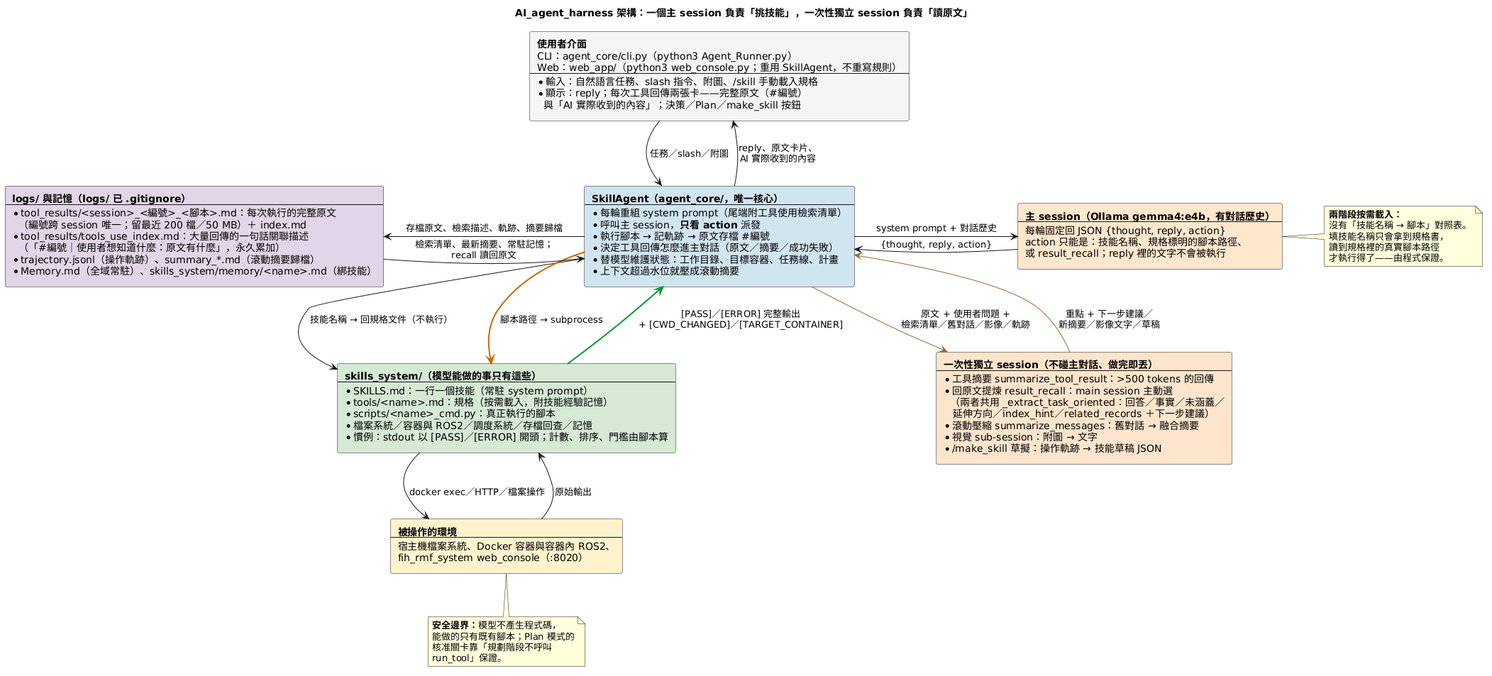
Earlier version of the PlantUML export doc/images/AI_agent_harness的說明.png (DavidZox/AI_agent_harness).
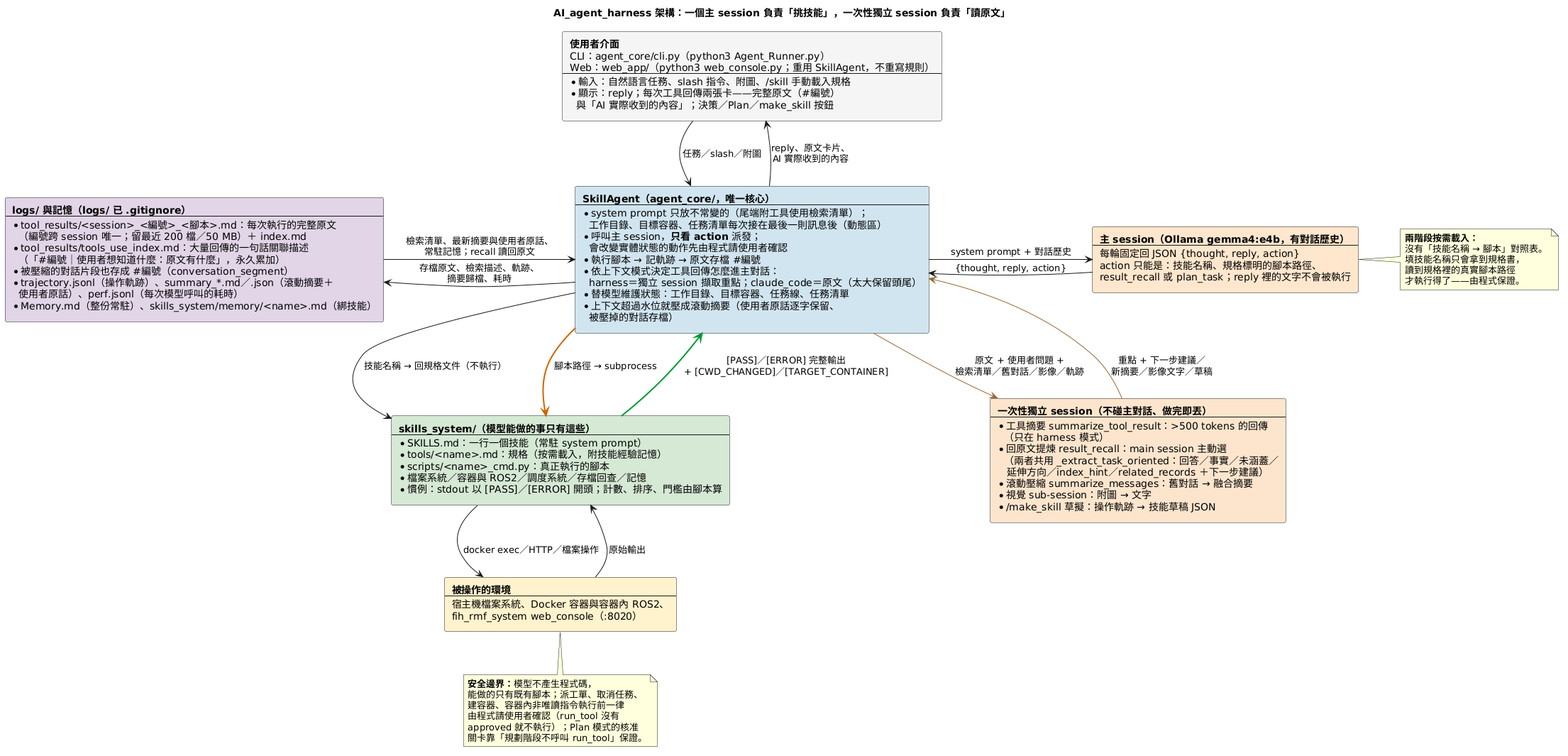
The same diagram one commit later.

Diff of the diagram source:
```diff
@@ -20,12 +20,16 @@
 rectangle NodeAgent #D1E5F0 [
   **SkillAgent（agent_core/，唯一核心）**
   ----
-  * 每輪重組 system prompt（尾端附工具使用檢索清單）
-  * 呼叫主 session，**只看 action** 派發
+  * system prompt 只放不常變的（尾端附工具使用檢索清單）；
+    工作目錄、目標容器、任務清單每次接在最後一則訊息後（動態區）
+  * 呼叫主 session，**只看 action** 派發；
+    會改變實體狀態的動作先由程式請使用者確認
   * 執行腳本 → 記軌跡 → 原文存檔 #編號
-  * 決定工具回傳怎麼進主對話（原文／摘要／成功失敗）
-  * 替模型維護狀態：工作目錄、目標容器、任務線、計畫
-  * 上下文超過水位就壓成滾動摘要
+  * 依上下文模式決定工具回傳怎麼進主對話：
+    harness＝獨立 session 擷取重點；claude_code＝原文（太大保留頭尾）
+  * 替模型維護狀態：工作目錄、目標容器、任務線、任務清單
+  * 上下文超過水位就壓成滾動摘要（使用者原話逐字保留、
+    被壓掉的對話存檔）
 ]
 
 rectangle NodeLLM #FFE6CC [
@@ -33,13 +37,14 @@
   ----
   每輪固定回 JSON {thought, reply, action}
   action 只能是：技能名稱、規格標明的腳本路徑、
-  或 result_recall；reply 裡的文字不會被執行
+  result_recall 或 plan_task；reply 裡的文字不會被執行
 ]
 
 rectangle NodeSub #FCE5CD [
   **一次性獨立 session（不碰主對話、做完即丟）**
   ----
   * 工具摘要 summarize_tool_result：>500 tokens 的回傳
+    （只在 harness 模式）
   * 回原文提煉 result_recall：main session 主動選
     （兩者共用 _extract_task_oriented：回答／事實／未涵蓋／
      延伸方向／index_hint／related_records ＋下一步建議）
@@ -72,8 +77,10 @@
     （編號跨 session 唯一；留最近 200 檔／50 MB）＋ index.md
   * tool_results/tools_use_index.md：大量回傳的一句話關聯描述
     （「#編號｜使用者想知道什麼：原文有什麼」，永久累加）
-  * trajectory.jsonl（操作軌跡）、summary_*.md（滾動摘要歸檔）
-  * Memory.md（全域常駐）、skills_system/memory/<name>.md（綁技能）
+  * 被壓縮的對話片段也存成 #編號（conversation_segment）
+  * trajectory.jsonl（操作軌跡）、summary_*.md／.json（滾動摘要＋
+    使用者原話）、perf.jsonl（每次模型呼叫的耗時）
+  * Memory.md（整份常駐）、skills_system/memory/<name>.md（綁技能）
 ]
 
 NodeUser -down-> NodeAgent : 任務／slash／附圖
@@ -87,8 +94,8 @@
 NodeSkills -down-> NodeWorld : docker exec／HTTP／檔案操作
 NodeWorld -up-> NodeSkills : 原始輸出
 NodeSkills -[#009933,bold]up-> NodeAgent : [PASS]／[ERROR] 完整輸出\n+ [CWD_CHANGED]／[TARGET_CONTAINER]
-NodeAgent -left-> NodeStore : 存檔原文、檢索描述、軌跡、摘要歸檔
-NodeStore -right-> NodeAgent : 檢索清單、最新摘要、常駐記憶；\nrecall 讀回原文
+NodeAgent -left-> NodeStore : 存檔原文、檢索描述、軌跡、\n摘要歸檔、耗時
+NodeStore -right-> NodeAgent : 檢索清單、最新摘要與使用者原話、\n常駐記憶；recall 讀回原文
 NodeLLM -[hidden]down-> NodeSub
 
 note right of NodeLLM
@@ -101,8 +108,10 @@
 
 note bottom of NodeWorld
   **安全邊界：**模型不產生程式碼，
-  能做的只有既有腳本；Plan 模式的
-  核准關卡靠「規劃階段不呼叫
-  run_tool」保證。
+  能做的只有既有腳本；派工單、取消任務、
+  建容器、容器內非唯讀指令執行前一律
+  由程式請使用者確認（run_tool 沒有
+  approved 就不執行）；Plan 模式的核准
+  關卡靠「規劃階段不呼叫 run_tool」保證。
 end note
 @enduml
```
